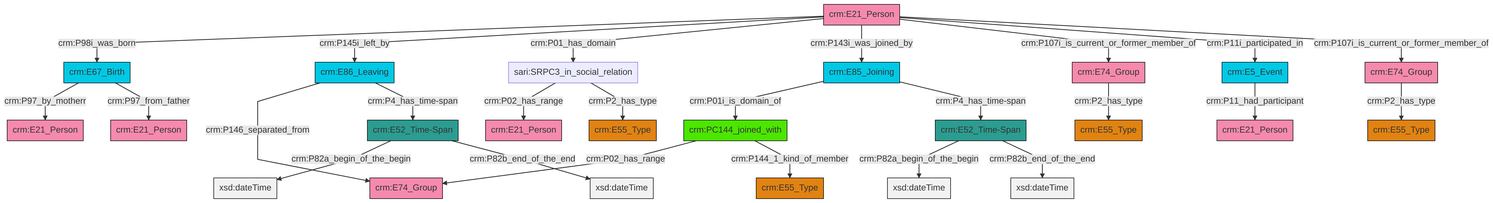
The Mermaid diagram et/personCSV/ttl/mmd/png/Person_Actor_Relations.png in swiss-art-research-net/docs.swissartresearch, before a commit. Its source is kept beside it as et/personCSV/ttl/mmd/Person_Actor_Relations.ttl.mmd.
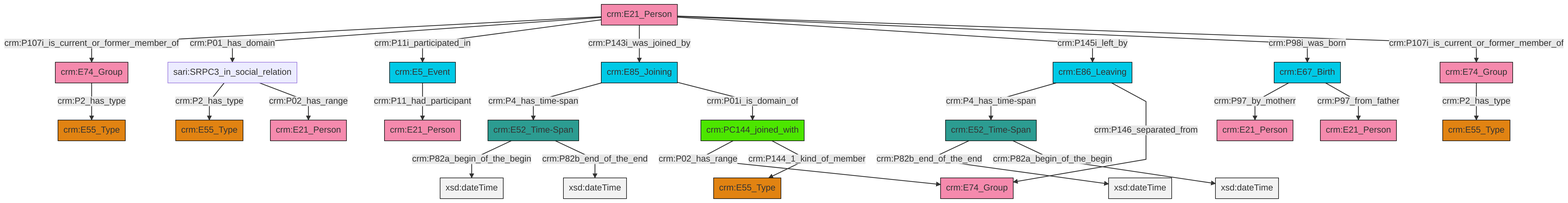
The same diagram one commit later.

What changed in the source:
```diff
@@ -13,27 +13,27 @@
 classDef PC_Classes fill:#4ce600, stroke:#000000;
 classDef Multi fill:#cccccc,stroke:#000000;
 
-0["crm:E67_Birth"]:::Temporal_Entity -->|crm:P97_by_motherr| 1["crm:E21_Person"]:::Actor
-4["crm:E52_Time-Span"]:::Time-Span -->|crm:P82a_begin_of_the_begin| 5[xsd:dateTime]:::Literal
-6["crm:E85_Joining"]:::Temporal_Entity -->|crm:P01i_is_domain_of| 7["crm:PC144_joined_with"]:::PC_Classes
-7["crm:PC144_joined_with"]:::PC_Classes -->|crm:P02_has_range| 8["crm:E74_Group"]:::Actor
-9["crm:E21_Person"]:::Actor -->|crm:P98i_was_born| 0["crm:E67_Birth"]:::Temporal_Entity
-9["crm:E21_Person"]:::Actor -->|crm:P145i_left_by| 12["crm:E86_Leaving"]:::Temporal_Entity
-13["crm:E74_Group"]:::Actor -->|crm:P2_has_type| 2["crm:E55_Type"]:::Type
-9["crm:E21_Person"]:::Actor -->|crm:P01_has_domain| 15["sari:SRPC3_in_social_relation"]:::Default
-17["crm:E5_Event"]:::Temporal_Entity -->|crm:P11_had_participant| 18["crm:E21_Person"]:::Actor
-9["crm:E21_Person"]:::Actor -->|crm:P143i_was_joined_by| 6["crm:E85_Joining"]:::Temporal_Entity
-22["crm:E52_Time-Span"]:::Time-Span -->|crm:P82a_begin_of_the_begin| 23[xsd:dateTime]:::Literal
-6["crm:E85_Joining"]:::Temporal_Entity -->|crm:P4_has_time-span| 4["crm:E52_Time-Span"]:::Time-Span
-12["crm:E86_Leaving"]:::Temporal_Entity -->|crm:P146_separated_from| 8["crm:E74_Group"]:::Actor
-9["crm:E21_Person"]:::Actor -->|crm:P107i_is_current_or_former_member_of| 29["crm:E74_Group"]:::Actor
-22["crm:E52_Time-Span"]:::Time-Span -->|crm:P82b_end_of_the_end| 32[xsd:dateTime]:::Literal
-15["sari:SRPC3_in_social_relation"]:::Default -->|crm:P02_has_range| 10["crm:E21_Person"]:::Actor
-9["crm:E21_Person"]:::Actor -->|crm:P11i_participated_in| 17["crm:E5_Event"]:::Temporal_Entity
-29["crm:E74_Group"]:::Actor -->|crm:P2_has_type| 20["crm:E55_Type"]:::Type
-15["sari:SRPC3_in_social_relation"]:::Default -->|crm:P2_has_type| 38["crm:E55_Type"]:::Type
-0["crm:E67_Birth"]:::Temporal_Entity -->|crm:P97_from_father| 39["crm:E21_Person"]:::Actor
-4["crm:E52_Time-Span"]:::Time-Span -->|crm:P82b_end_of_the_end| 40[xsd:dateTime]:::Literal
-12["crm:E86_Leaving"]:::Temporal_Entity -->|crm:P4_has_time-span| 22["crm:E52_Time-Span"]:::Time-Span
-7["crm:PC144_joined_with"]:::PC_Classes -->|crm:P144_1_kind_of_member| 24["crm:E55_Type"]:::Type
-9["crm:E21_Person"]:::Actor -->|crm:P107i_is_current_or_former_member_of| 13["crm:E74_Group"]:::Actor
+6["crm:E86_Leaving"]:::Temporal_Entity -->|crm:P4_has_time-span| 7["crm:E52_Time-Span"]:::Time-Span
+8["crm:E21_Person"]:::Actor -->|crm:P107i_is_current_or_former_member_of| 9["crm:E74_Group"]:::Actor
+6["crm:E86_Leaving"]:::Temporal_Entity -->|crm:P146_separated_from| 10["crm:E74_Group"]:::Actor
+11["crm:E74_Group"]:::Actor -->|crm:P2_has_type| 12["crm:E55_Type"]:::Type
+8["crm:E21_Person"]:::Actor -->|crm:P01_has_domain| 13["sari:SRPC3_in_social_relation"]:::Default
+2["crm:E52_Time-Span"]:::Time-Span -->|crm:P82a_begin_of_the_begin| 15[xsd:dateTime]:::Literal
+4["crm:PC144_joined_with"]:::PC_Classes -->|crm:P02_has_range| 10["crm:E74_Group"]:::Actor
+8["crm:E21_Person"]:::Actor -->|crm:P11i_participated_in| 17["crm:E5_Event"]:::Temporal_Entity
+13["sari:SRPC3_in_social_relation"]:::Default -->|crm:P2_has_type| 22["crm:E55_Type"]:::Type
+23["crm:E85_Joining"]:::Temporal_Entity -->|crm:P4_has_time-span| 2["crm:E52_Time-Span"]:::Time-Span
+7["crm:E52_Time-Span"]:::Time-Span -->|crm:P82b_end_of_the_end| 26[xsd:dateTime]:::Literal
+23["crm:E85_Joining"]:::Temporal_Entity -->|crm:P01i_is_domain_of| 4["crm:PC144_joined_with"]:::PC_Classes
+13["sari:SRPC3_in_social_relation"]:::Default -->|crm:P02_has_range| 31["crm:E21_Person"]:::Actor
+2["crm:E52_Time-Span"]:::Time-Span -->|crm:P82b_end_of_the_end| 32[xsd:dateTime]:::Literal
+9["crm:E74_Group"]:::Actor -->|crm:P2_has_type| 0["crm:E55_Type"]:::Type
+4["crm:PC144_joined_with"]:::PC_Classes -->|crm:P144_1_kind_of_member| 19["crm:E55_Type"]:::Type
+29["crm:E67_Birth"]:::Temporal_Entity -->|crm:P97_by_motherr| 38["crm:E21_Person"]:::Actor
+8["crm:E21_Person"]:::Actor -->|crm:P143i_was_joined_by| 23["crm:E85_Joining"]:::Temporal_Entity
+29["crm:E67_Birth"]:::Temporal_Entity -->|crm:P97_from_father| 24["crm:E21_Person"]:::Actor
+8["crm:E21_Person"]:::Actor -->|crm:P145i_left_by| 6["crm:E86_Leaving"]:::Temporal_Entity
+17["crm:E5_Event"]:::Temporal_Entity -->|crm:P11_had_participant| 39["crm:E21_Person"]:::Actor
+8["crm:E21_Person"]:::Actor -->|crm:P98i_was_born| 29["crm:E67_Birth"]:::Temporal_Entity
+7["crm:E52_Time-Span"]:::Time-Span -->|crm:P82a_begin_of_the_begin| 45[xsd:dateTime]:::Literal
+8["crm:E21_Person"]:::Actor -->|crm:P107i_is_current_or_former_member_of| 11["crm:E74_Group"]:::Actor
```
